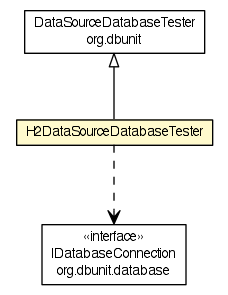
This is apidocs/org/dayatang/dbunit/H2DataSourceDatabaseTester.png from dayatang/dddlib, a Graphviz export, as it was before one commit. Its source is kept beside it as apidocs/org/dayatang/dbunit/H2DataSourceDatabaseTester.dot. Source of this version:
```dot

digraph G {
	edge [fontname="Helvetica",fontsize=10,labelfontname="Helvetica",labelfontsize=10];
	node [fontname="Helvetica",fontsize=10,shape=plaintext];
	nodesep=0.25;
	ranksep=0.5;
	c54896 [label=<<table title="org.dayatang.dbunit.H2DataSourceDatabaseTester" border="0" cellborder="1" cellspacing="0" cellpadding="2" port="p" bgcolor="lemonChiffon" href="./H2DataSourceDatabaseTester.html">
		<tr><td><table border="0" cellspacing="0" cellpadding="1">
<tr><td align="center" balign="center"> H2DataSourceDatabaseTester </td></tr>
		</table></td></tr>
		</table>>, URL="./H2DataSourceDatabaseTester.html", fontname="Helvetica", fontcolor="black", fontsize=10.0];
	c55040:p -> c54896:p [dir=back,arrowtail=empty];
	c54896:p -> c55041:p [taillabel="", label=" "headlabel="", fontname="Helvetica", fontcolor="black", fontsize=10.0, color="black", arrowhead=open, style=dashed];
	c55041 [label=<<table title="org.dbunit.database.IDatabaseConnection" border="0" cellborder="1" cellspacing="0" cellpadding="2" port="p" href="http://java.sun.com/j2se/1.4.2/docs/api/org/dbunit/database/IDatabaseConnection.html">
		<tr><td><table border="0" cellspacing="0" cellpadding="1">
<tr><td align="center" balign="center"> &#171;interface&#187; </td></tr>
<tr><td align="center" balign="center"> IDatabaseConnection </td></tr>
<tr><td align="center" balign="center"> org.dbunit.database </td></tr>
		</table></td></tr>
		</table>>, URL="http://java.sun.com/j2se/1.4.2/docs/api/org/dbunit/database/IDatabaseConnection.html", fontname="Helvetica", fontcolor="black", fontsize=10.0];
	c55040 [label=<<table title="org.dbunit.DataSourceDatabaseTester" border="0" cellborder="1" cellspacing="0" cellpadding="2" port="p" href="http://java.sun.com/j2se/1.4.2/docs/api/org/dbunit/DataSourceDatabaseTester.html">
		<tr><td><table border="0" cellspacing="0" cellpadding="1">
<tr><td align="center" balign="center"> DataSourceDatabaseTester </td></tr>
<tr><td align="center" balign="center"> org.dbunit </td></tr>
		</table></td></tr>
		</table>>, URL="http://java.sun.com/j2se/1.4.2/docs/api/org/dbunit/DataSourceDatabaseTester.html", fontname="Helvetica", fontcolor="black", fontsize=10.0];
}
```
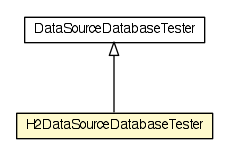
The same diagram one commit later.

The edit, as a diff of the source:
```diff
@@ -4,24 +4,15 @@
 	node [fontname="Helvetica",fontsize=10,shape=plaintext];
 	nodesep=0.25;
 	ranksep=0.5;
-	c54896 [label=<<table title="org.dayatang.dbunit.H2DataSourceDatabaseTester" border="0" cellborder="1" cellspacing="0" cellpadding="2" port="p" bgcolor="lemonChiffon" href="./H2DataSourceDatabaseTester.html">
+	c54664 [label=<<table title="org.dayatang.dbunit.H2DataSourceDatabaseTester" border="0" cellborder="1" cellspacing="0" cellpadding="2" port="p" bgcolor="lemonChiffon" href="./H2DataSourceDatabaseTester.html">
 		<tr><td><table border="0" cellspacing="0" cellpadding="1">
 <tr><td align="center" balign="center"> H2DataSourceDatabaseTester </td></tr>
 		</table></td></tr>
 		</table>>, URL="./H2DataSourceDatabaseTester.html", fontname="Helvetica", fontcolor="black", fontsize=10.0];
-	c55040:p -> c54896:p [dir=back,arrowtail=empty];
-	c54896:p -> c55041:p [taillabel="", label=" "headlabel="", fontname="Helvetica", fontcolor="black", fontsize=10.0, color="black", arrowhead=open, style=dashed];
-	c55041 [label=<<table title="org.dbunit.database.IDatabaseConnection" border="0" cellborder="1" cellspacing="0" cellpadding="2" port="p" href="http://java.sun.com/j2se/1.4.2/docs/api/org/dbunit/database/IDatabaseConnection.html">
-		<tr><td><table border="0" cellspacing="0" cellpadding="1">
-<tr><td align="center" balign="center"> &#171;interface&#187; </td></tr>
-<tr><td align="center" balign="center"> IDatabaseConnection </td></tr>
-<tr><td align="center" balign="center"> org.dbunit.database </td></tr>
-		</table></td></tr>
-		</table>>, URL="http://java.sun.com/j2se/1.4.2/docs/api/org/dbunit/database/IDatabaseConnection.html", fontname="Helvetica", fontcolor="black", fontsize=10.0];
-	c55040 [label=<<table title="org.dbunit.DataSourceDatabaseTester" border="0" cellborder="1" cellspacing="0" cellpadding="2" port="p" href="http://java.sun.com/j2se/1.4.2/docs/api/org/dbunit/DataSourceDatabaseTester.html">
+	c54808:p -> c54664:p [dir=back,arrowtail=empty];
+	c54808 [label=<<table title="org.dbunit.DataSourceDatabaseTester" border="0" cellborder="1" cellspacing="0" cellpadding="2" port="p">
 		<tr><td><table border="0" cellspacing="0" cellpadding="1">
 <tr><td align="center" balign="center"> DataSourceDatabaseTester </td></tr>
-<tr><td align="center" balign="center"> org.dbunit </td></tr>
 		</table></td></tr>
-		</table>>, URL="http://java.sun.com/j2se/1.4.2/docs/api/org/dbunit/DataSourceDatabaseTester.html", fontname="Helvetica", fontcolor="black", fontsize=10.0];
+		</table>>, URL="null", fontname="Helvetica", fontcolor="black", fontsize=10.0];
 }
```
